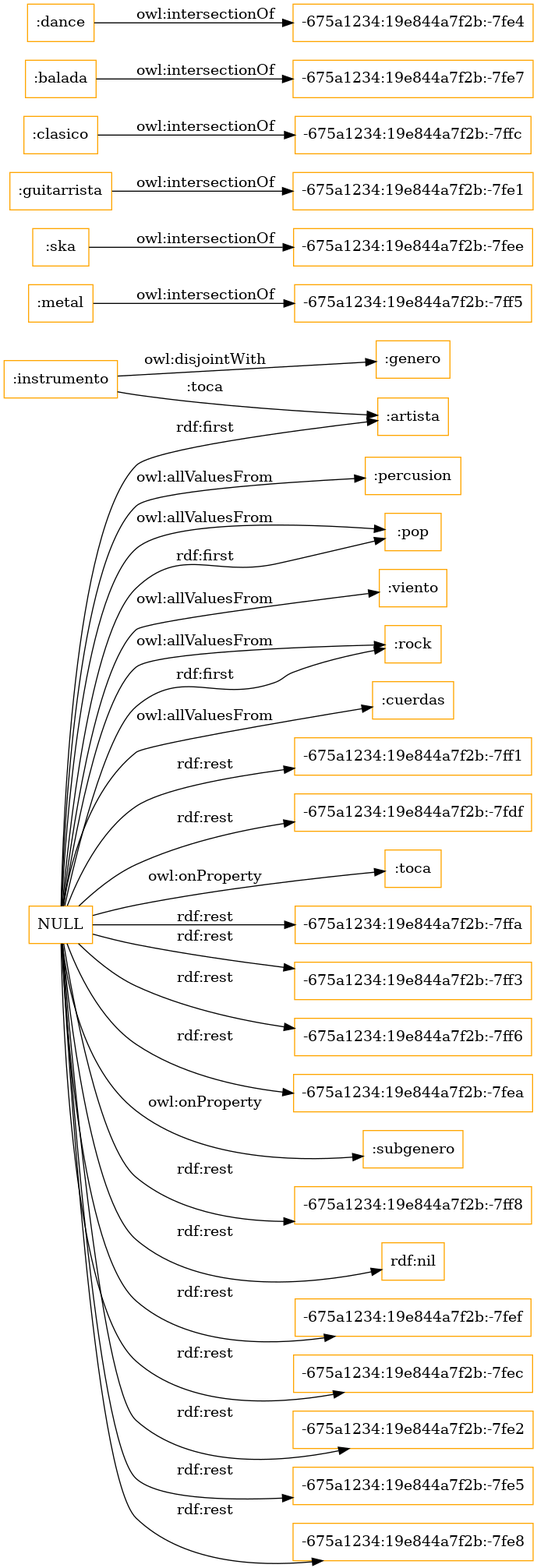
Earlier version of the Graphviz export OnToology/music.owl/diagrams/ar2dtool-class/music.owl.png (Noah1891/ontoology_min_ex). Its source is kept beside it as OnToology/music.owl/diagrams/ar2dtool-class/music.owl.png.dot.
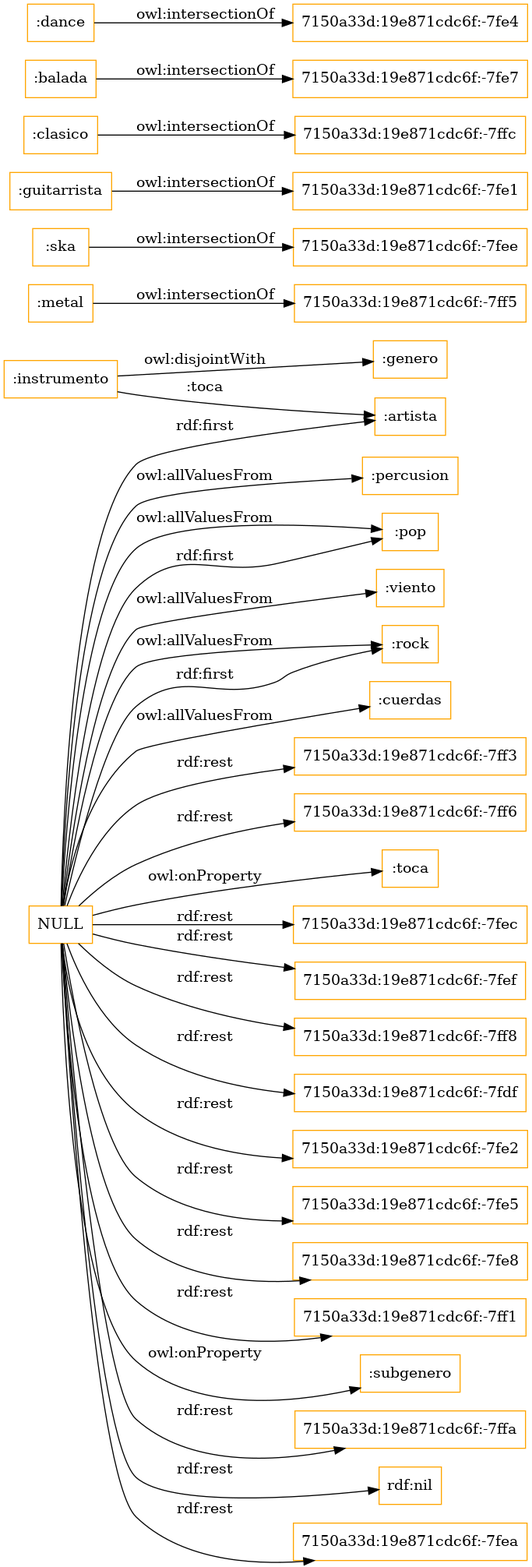
Later version of the same file.

The edit, as a diff of the source:
```diff
@@ -2,34 +2,34 @@
 rankdir=LR;
 size="1501"
 node [shape = rectangle, color="orange"]; ":percusion" ":pop" ":metal" ":ska" ":genero" ":guitarrista" ":viento" ":clasico" ":balada" ":rock" ":cuerdas" ":instrumento" ":dance" ":artista" ; /*classes style*/
-	":ska" -> "-675a1234:19e844a7f2b:-7fee" [ label = "owl:intersectionOf" ];
-	":metal" -> "-675a1234:19e844a7f2b:-7ff5" [ label = "owl:intersectionOf" ];
+	":ska" -> "7150a33d:19e871cdc6f:-7fee" [ label = "owl:intersectionOf" ];
+	":metal" -> "7150a33d:19e871cdc6f:-7ff5" [ label = "owl:intersectionOf" ];
 	":instrumento" -> ":genero" [ label = "owl:disjointWith" ];
-	":balada" -> "-675a1234:19e844a7f2b:-7fe7" [ label = "owl:intersectionOf" ];
-	":dance" -> "-675a1234:19e844a7f2b:-7fe4" [ label = "owl:intersectionOf" ];
-	":guitarrista" -> "-675a1234:19e844a7f2b:-7fe1" [ label = "owl:intersectionOf" ];
-	":clasico" -> "-675a1234:19e844a7f2b:-7ffc" [ label = "owl:intersectionOf" ];
+	":balada" -> "7150a33d:19e871cdc6f:-7fe7" [ label = "owl:intersectionOf" ];
+	":dance" -> "7150a33d:19e871cdc6f:-7fe4" [ label = "owl:intersectionOf" ];
+	":guitarrista" -> "7150a33d:19e871cdc6f:-7fe1" [ label = "owl:intersectionOf" ];
+	":clasico" -> "7150a33d:19e871cdc6f:-7ffc" [ label = "owl:intersectionOf" ];
 	"NULL" -> ":toca" [ label = "owl:onProperty" ];
-	"NULL" -> "-675a1234:19e844a7f2b:-7ffa" [ label = "rdf:rest" ];
-	"NULL" -> "-675a1234:19e844a7f2b:-7ff3" [ label = "rdf:rest" ];
-	"NULL" -> "-675a1234:19e844a7f2b:-7ff6" [ label = "rdf:rest" ];
+	"NULL" -> "7150a33d:19e871cdc6f:-7fec" [ label = "rdf:rest" ];
+	"NULL" -> "7150a33d:19e871cdc6f:-7fef" [ label = "rdf:rest" ];
+	"NULL" -> "7150a33d:19e871cdc6f:-7ff8" [ label = "rdf:rest" ];
 	"NULL" -> ":rock" [ label = "rdf:first" ];
-	"NULL" -> "-675a1234:19e844a7f2b:-7fea" [ label = "rdf:rest" ];
+	"NULL" -> "7150a33d:19e871cdc6f:-7fdf" [ label = "rdf:rest" ];
+	"NULL" -> "7150a33d:19e871cdc6f:-7fe2" [ label = "rdf:rest" ];
+	"NULL" -> "7150a33d:19e871cdc6f:-7fe5" [ label = "rdf:rest" ];
+	"NULL" -> "7150a33d:19e871cdc6f:-7fe8" [ label = "rdf:rest" ];
 	"NULL" -> ":percusion" [ label = "owl:allValuesFrom" ];
+	"NULL" -> "7150a33d:19e871cdc6f:-7ff1" [ label = "rdf:rest" ];
 	"NULL" -> ":rock" [ label = "owl:allValuesFrom" ];
 	"NULL" -> ":subgenero" [ label = "owl:onProperty" ];
-	"NULL" -> "-675a1234:19e844a7f2b:-7ff8" [ label = "rdf:rest" ];
+	"NULL" -> "7150a33d:19e871cdc6f:-7ffa" [ label = "rdf:rest" ];
 	"NULL" -> ":cuerdas" [ label = "owl:allValuesFrom" ];
 	"NULL" -> ":viento" [ label = "owl:allValuesFrom" ];
 	"NULL" -> "rdf:nil" [ label = "rdf:rest" ];
 	"NULL" -> ":pop" [ label = "rdf:first" ];
-	"NULL" -> "-675a1234:19e844a7f2b:-7fef" [ label = "rdf:rest" ];
-	"NULL" -> "-675a1234:19e844a7f2b:-7fec" [ label = "rdf:rest" ];
-	"NULL" -> "-675a1234:19e844a7f2b:-7fe2" [ label = "rdf:rest" ];
-	"NULL" -> "-675a1234:19e844a7f2b:-7fe5" [ label = "rdf:rest" ];
-	"NULL" -> "-675a1234:19e844a7f2b:-7fe8" [ label = "rdf:rest" ];
-	"NULL" -> "-675a1234:19e844a7f2b:-7ff1" [ label = "rdf:rest" ];
-	"NULL" -> "-675a1234:19e844a7f2b:-7fdf" [ label = "rdf:rest" ];
+	"NULL" -> "7150a33d:19e871cdc6f:-7fea" [ label = "rdf:rest" ];
+	"NULL" -> "7150a33d:19e871cdc6f:-7ff3" [ label = "rdf:rest" ];
+	"NULL" -> "7150a33d:19e871cdc6f:-7ff6" [ label = "rdf:rest" ];
 	"NULL" -> ":artista" [ label = "rdf:first" ];
 	"NULL" -> ":pop" [ label = "owl:allValuesFrom" ];
 	":instrumento" -> ":artista" [ label = ":toca" ];
```
